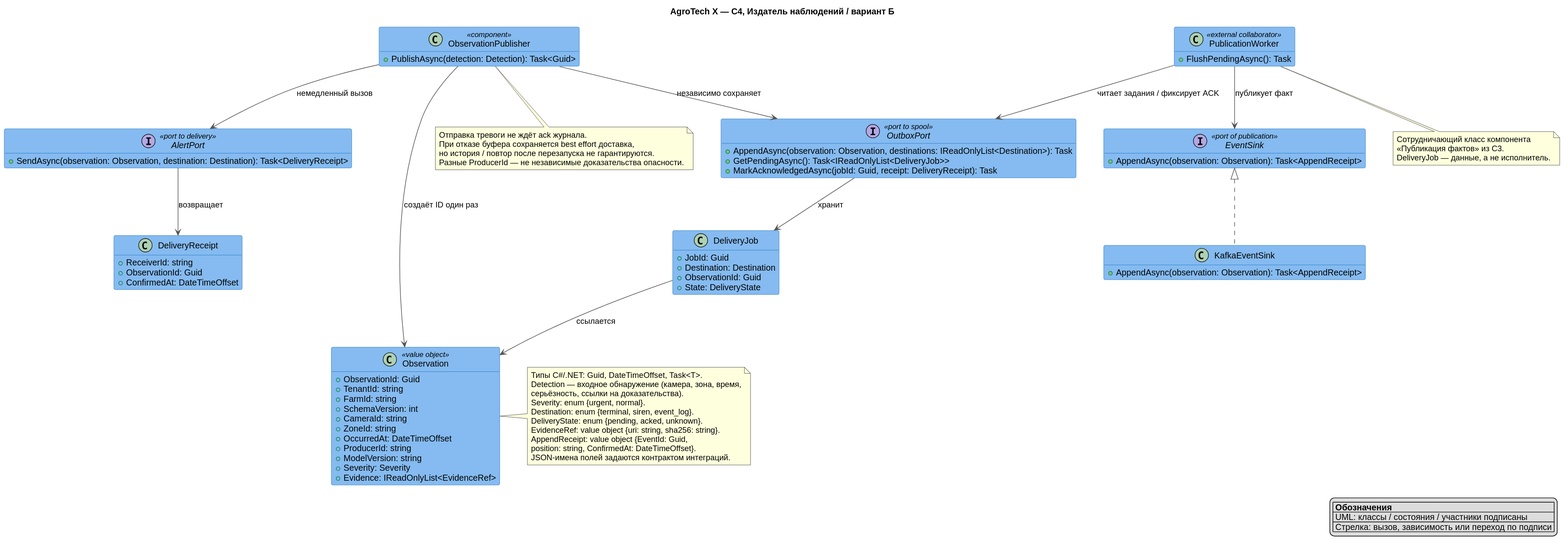
This is Task3/diagrams/c4-variant-b.svg from rozhkovsvyat/MSA-AgroTech, a PlantUML export, as it was before one commit. Source of this version:
```plantuml
@startuml
skinparam defaultFontName Arial
skinparam dpi 110
skinparam shadowing false
skinparam classBackgroundColor #85BBF0
skinparam classBorderColor #1168BD
skinparam ArrowColor #555555
skinparam nodesep 45
skinparam ranksep 70
hide empty members
title AgroTech X — C4, Издатель наблюдений / вариант Б

top to bottom direction
class Observation <<value object>> {
 +ObservationId: Guid
 +TenantId: string
 +FarmId: string
 +SchemaVersion: int
 +CameraId: string
 +ZoneId: string
 +OccurredAt: DateTimeOffset
 +ProducerId: string
 +ModelVersion: string
 +Severity: Severity
 +Evidence: IReadOnlyList<EvidenceRef>
}
class ObservationPublisher <<component>> {
 +PublishAsync(detection: Detection): Task<Guid>
}
interface AlertPort <<port to delivery>> {
 +SendAsync(observation: Observation, destination: Destination): Task<DeliveryReceipt>
}
interface OutboxPort <<port to spool>> {
 +AppendAsync(observation: Observation, destinations: IReadOnlyList<Destination>): Task
 +GetPendingAsync(): Task<IReadOnlyList<DeliveryJob>>
 +MarkAcknowledgedAsync(jobId: Guid, receipt: DeliveryReceipt): Task
}
interface EventSink <<port of publication>> {
 +AppendAsync(observation: Observation): Task<AppendReceipt>
}
class KafkaEventSink {
  +AppendAsync(observation: Observation): Task<AppendReceipt>
}
class DeliveryJob {
 +JobId: Guid
 +Destination: Destination
 +ObservationId: Guid
 +State: DeliveryState
}
class DeliveryReceipt {
 +ReceiverId: string
 +ObservationId: Guid
 +ConfirmedAt: DateTimeOffset
}
ObservationPublisher --> Observation : создаёт ID один раз
ObservationPublisher --> AlertPort : немедленный вызов
ObservationPublisher --> OutboxPort : независимо сохраняет
OutboxPort --> DeliveryJob : хранит
DeliveryJob --> Observation : ссылается
AlertPort --> DeliveryReceipt : возвращает
EventSink <|.. KafkaEventSink
class PublicationWorker <<external collaborator>> {
 +FlushPendingAsync(): Task
}
PublicationWorker --> OutboxPort : читает задания / фиксирует ACK
PublicationWorker --> EventSink : публикует факт
note bottom of PublicationWorker
Сотрудничающий класс компонента
«Публикация фактов» из C3.
DeliveryJob — данные, а не исполнитель.
end note
note bottom of ObservationPublisher
Отправка тревоги не ждёт ack журнала.
При отказе буфера сохраняется best effort доставка,
но история / повтор после перезапуска не гарантируются.
Разные ProducerId — не независимые доказательства опасности.
end note

note right of Observation
Типы C#/.NET: Guid, DateTimeOffset, Task<T>.
Detection — входное обнаружение (камера, зона, время,
серьёзность, ссылки на доказательства).
Severity: enum {urgent, normal}.
Destination: enum {terminal, siren, event_log}.
DeliveryState: enum {pending, acked, unknown}.
EvidenceRef: value object {uri: string, sha256: string}.
AppendReceipt: value object {EventId: Guid,
position: string, ConfirmedAt: DateTimeOffset}.
JSON-имена полей задаются контрактом интеграций.
end note

legend right
|= Обозначения |
| UML: классы / состояния / участники подписаны |
| Стрелка: вызов, зависимость или переход по подписи |
endlegend
@enduml
```
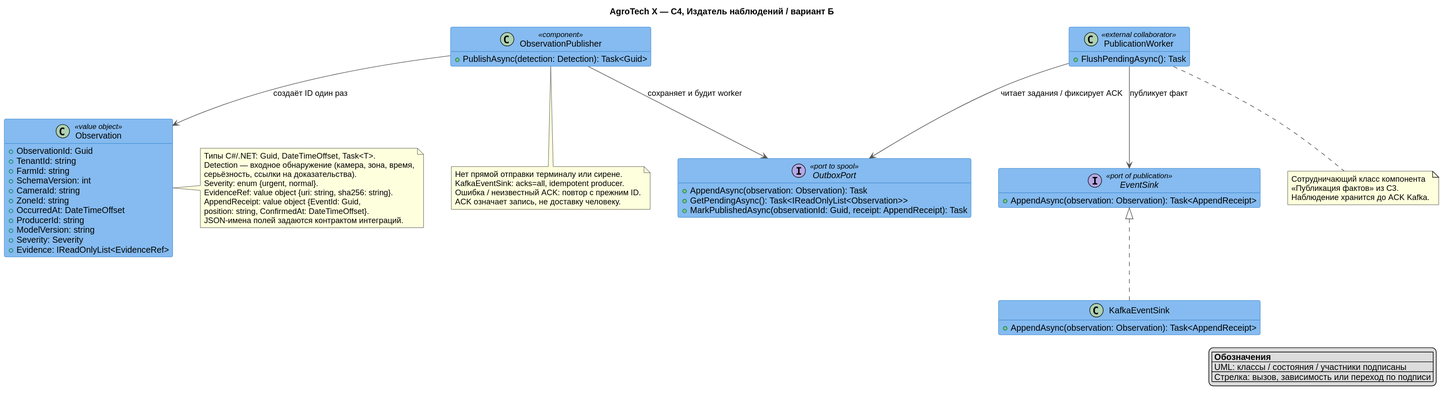
Later version of the same file.

What changed in the source:
```diff
@@ -27,13 +27,10 @@
 class ObservationPublisher <<component>> {
  +PublishAsync(detection: Detection): Task<Guid>
 }
-interface AlertPort <<port to delivery>> {
- +SendAsync(observation: Observation, destination: Destination): Task<DeliveryReceipt>
-}
 interface OutboxPort <<port to spool>> {
- +AppendAsync(observation: Observation, destinations: IReadOnlyList<Destination>): Task
- +GetPendingAsync(): Task<IReadOnlyList<DeliveryJob>>
- +MarkAcknowledgedAsync(jobId: Guid, receipt: DeliveryReceipt): Task
+ +AppendAsync(observation: Observation): Task
+ +GetPendingAsync(): Task<IReadOnlyList<Observation>>
+ +MarkPublishedAsync(observationId: Guid, receipt: AppendReceipt): Task
 }
 interface EventSink <<port of publication>> {
  +AppendAsync(observation: Observation): Task<AppendReceipt>
@@ -41,23 +38,8 @@
 class KafkaEventSink {
   +AppendAsync(observation: Observation): Task<AppendReceipt>
 }
-class DeliveryJob {
- +JobId: Guid
- +Destination: Destination
- +ObservationId: Guid
- +State: DeliveryState
-}
-class DeliveryReceipt {
- +ReceiverId: string
- +ObservationId: Guid
- +ConfirmedAt: DateTimeOffset
-}
 ObservationPublisher --> Observation : создаёт ID один раз
-ObservationPublisher --> AlertPort : немедленный вызов
-ObservationPublisher --> OutboxPort : независимо сохраняет
-OutboxPort --> DeliveryJob : хранит
-DeliveryJob --> Observation : ссылается
-AlertPort --> DeliveryReceipt : возвращает
+ObservationPublisher --> OutboxPort : сохраняет и будит worker
 EventSink <|.. KafkaEventSink
 class PublicationWorker <<external collaborator>> {
  +FlushPendingAsync(): Task
@@ -67,13 +49,13 @@
 note bottom of PublicationWorker
 Сотрудничающий класс компонента
 «Публикация фактов» из C3.
-DeliveryJob — данные, а не исполнитель.
+Наблюдение хранится до ACK Kafka.
 end note
 note bottom of ObservationPublisher
-Отправка тревоги не ждёт ack журнала.
-При отказе буфера сохраняется best effort доставка,
-но история / повтор после перезапуска не гарантируются.
-Разные ProducerId — не независимые доказательства опасности.
+Нет прямой отправки терминалу или сирене.
+KafkaEventSink: acks=all, idempotent producer.
+Ошибка / неизвестный ACK: повтор с прежним ID.
+ACK означает запись, не доставку человеку.
 end note
 
 note right of Observation
@@ -81,8 +63,6 @@
 Detection — входное обнаружение (камера, зона, время,
 серьёзность, ссылки на доказательства).
 Severity: enum {urgent, normal}.
-Destination: enum {terminal, siren, event_log}.
-DeliveryState: enum {pending, acked, unknown}.
 EvidenceRef: value object {uri: string, sha256: string}.
 AppendReceipt: value object {EventId: Guid,
 position: string, ConfirmedAt: DateTimeOffset}.
```
